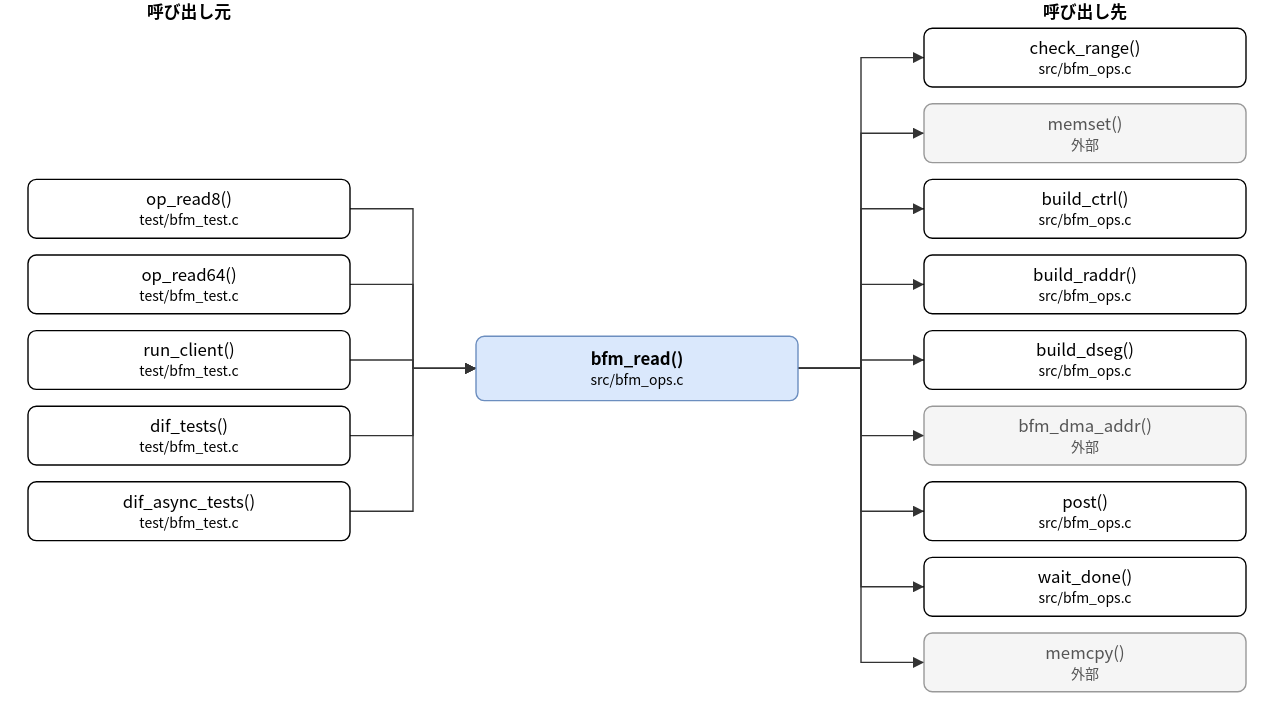
Earlier version of the draw.io export doc/spec/images/call_src_bfm_ops-bfm_read.drawio.svg (hf355051012-ai/bfmem). Source tidied: cells renumbered, new cells last; positions are measured from the earlier drawing's top-left corner, leaving out a move shared by most shapes.
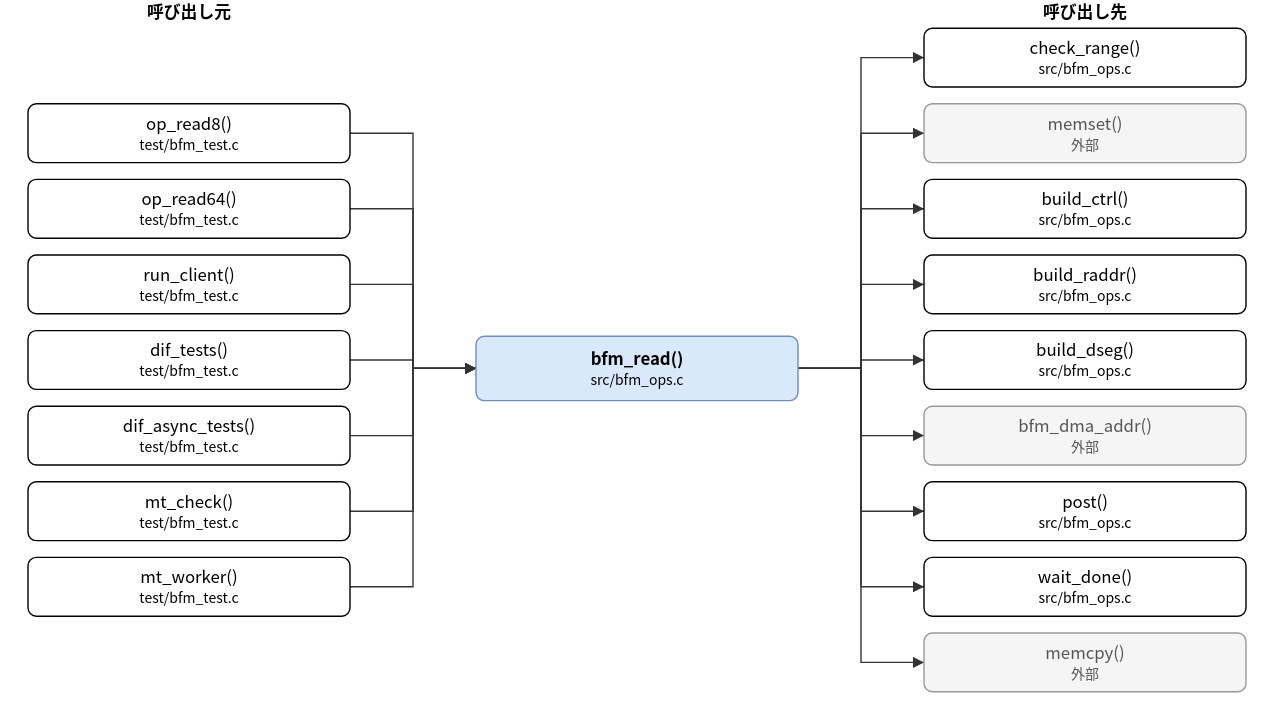
After the commit.

Change to the diagram source:
```diff
@@ -6,20 +6,26 @@
       <mxGeometry x="320" y="240" width="230" height="46" as="geometry" />
     </mxCell>
     <mxCell id="3" value="op_read8()&lt;br&gt;&lt;font style=&quot;font-size:10px&quot;&gt;test/bfm_test.c&lt;/font&gt;" style="rounded=1;whiteSpace=wrap;html=1;" parent="1" vertex="1">
-      <mxGeometry y="128" width="230" height="42" as="geometry" />
+      <mxGeometry y="74" width="230" height="42" as="geometry" />
     </mxCell>
     <mxCell id="4" value="op_read64()&lt;br&gt;&lt;font style=&quot;font-size:10px&quot;&gt;test/bfm_test.c&lt;/font&gt;" style="rounded=1;whiteSpace=wrap;html=1;" parent="1" vertex="1">
-      <mxGeometry y="182" width="230" height="42" as="geometry" />
+      <mxGeometry y="128" width="230" height="42" as="geometry" />
     </mxCell>
     <mxCell id="5" value="run_client()&lt;br&gt;&lt;font style=&quot;font-size:10px&quot;&gt;test/bfm_test.c&lt;/font&gt;" style="rounded=1;whiteSpace=wrap;html=1;" parent="1" vertex="1">
-      <mxGeometry y="236" width="230" height="42" as="geometry" />
+      <mxGeometry y="182" width="230" height="42" as="geometry" />
     </mxCell>
     <mxCell id="6" value="dif_tests()&lt;br&gt;&lt;font style=&quot;font-size:10px&quot;&gt;test/bfm_test.c&lt;/font&gt;" style="rounded=1;whiteSpace=wrap;html=1;" parent="1" vertex="1">
-      <mxGeometry y="290" width="230" height="42" as="geometry" />
+      <mxGeometry y="236" width="230" height="42" as="geometry" />
     </mxCell>
     <mxCell id="7" value="dif_async_tests()&lt;br&gt;&lt;font style=&quot;font-size:10px&quot;&gt;test/bfm_test.c&lt;/font&gt;" style="rounded=1;whiteSpace=wrap;html=1;" parent="1" vertex="1">
-      <mxGeometry y="344" width="230" height="42" as="geometry" />
+      <mxGeometry y="290" width="230" height="42" as="geometry" />
     </mxCell>
+    <mxCell id="33" value="mt_check()&lt;br&gt;&lt;font style=&quot;font-size:10px&quot;&gt;test/bfm_test.c&lt;/font&gt;" style="rounded=1;whiteSpace=wrap;html=1;" parent="1" vertex="1">
+      <mxGeometry y="344" width="230" height="42" as="geometry" />
+    </mxCell>
+    <mxCell id="34" value="mt_worker()&lt;br&gt;&lt;font style=&quot;font-size:10px&quot;&gt;test/bfm_test.c&lt;/font&gt;" style="rounded=1;whiteSpace=wrap;html=1;" parent="1" vertex="1">
+      <mxGeometry y="398" width="230" height="42" as="geometry" />
+    </mxCell>
     <mxCell id="8" value="check_range()&lt;br&gt;&lt;font style=&quot;font-size:10px&quot;&gt;src/bfm_ops.c&lt;/font&gt;" style="rounded=1;whiteSpace=wrap;html=1;" parent="1" vertex="1">
       <mxGeometry x="640" y="20" width="230" height="42" as="geometry" />
     </mxCell>
@@ -50,7 +56,7 @@
     <mxCell id="17" style="edgeStyle=none;html=1;rounded=0;endArrow=block;endFill=1;exitX=1.0000;exitY=0.5000;exitDx=0;exitDy=0;exitPerimeter=0;entryX=0.0000;entryY=0.5000;entryDx=0;entryDy=0;entryPerimeter=0;" parent="1" edge="1" source="3" target="2">
       <mxGeometry relative="1" as="geometry">
         <Array as="points">
-          <mxPoint x="275" y="149" />
+          <mxPoint x="275" y="95" />
           <mxPoint x="275" y="263" />
         </Array>
       </mxGeometry>
@@ -58,7 +64,7 @@
     <mxCell id="18" style="edgeStyle=none;html=1;rounded=0;endArrow=block;endFill=1;exitX=1.0000;exitY=0.5000;exitDx=0;exitDy=0;exitPerimeter=0;entryX=0.0000;entryY=0.5000;entryDx=0;entryDy=0;entryPerimeter=0;" parent="1" edge="1" source="4" target="2">
       <mxGeometry relative="1" as="geometry">
         <Array as="points">
-          <mxPoint x="275" y="203" />
+          <mxPoint x="275" y="149" />
           <mxPoint x="275" y="263" />
         </Array>
       </mxGeometry>
@@ -66,7 +72,7 @@
     <mxCell id="19" style="edgeStyle=none;html=1;rounded=0;endArrow=block;endFill=1;exitX=1.0000;exitY=0.5000;exitDx=0;exitDy=0;exitPerimeter=0;entryX=0.0000;entryY=0.5000;entryDx=0;entryDy=0;entryPerimeter=0;" parent="1" edge="1" source="5" target="2">
       <mxGeometry relative="1" as="geometry">
         <Array as="points">
-          <mxPoint x="275" y="257" />
+          <mxPoint x="275" y="203" />
           <mxPoint x="275" y="263" />
         </Array>
       </mxGeometry>
@@ -74,7 +80,7 @@
     <mxCell id="20" style="edgeStyle=none;html=1;rounded=0;endArrow=block;endFill=1;exitX=1.0000;exitY=0.5000;exitDx=0;exitDy=0;exitPerimeter=0;entryX=0.0000;entryY=0.5000;entryDx=0;entryDy=0;entryPerimeter=0;" parent="1" edge="1" source="6" target="2">
       <mxGeometry relative="1" as="geometry">
         <Array as="points">
-          <mxPoint x="275" y="311" />
+          <mxPoint x="275" y="257" />
           <mxPoint x="275" y="263" />
         </Array>
       </mxGeometry>
@@ -82,83 +88,99 @@
     <mxCell id="21" style="edgeStyle=none;html=1;rounded=0;endArrow=block;endFill=1;exitX=1.0000;exitY=0.5000;exitDx=0;exitDy=0;exitPerimeter=0;entryX=0.0000;entryY=0.5000;entryDx=0;entryDy=0;entryPerimeter=0;" parent="1" edge="1" source="7" target="2">
       <mxGeometry relative="1" as="geometry">
         <Array as="points">
-          <mxPoint x="275" y="365" />
+          <mxPoint x="275" y="311" />
           <mxPoint x="275" y="263" />
         </Array>
       </mxGeometry>
     </mxCell>
-    <mxCell id="22" style="edgeStyle=none;html=1;rounded=0;endArrow=block;endFill=1;exitX=1.0000;exitY=0.5000;exitDx=0;exitDy=0;exitPerimeter=0;entryX=0.0000;entryY=0.5000;entryDx=0;entryDy=0;entryPerimeter=0;" parent="1" edge="1" source="2" target="8">
+    <mxCell id="22" style="edgeStyle=none;html=1;rounded=0;endArrow=block;endFill=1;exitX=1.0000;exitY=0.5000;exitDx=0;exitDy=0;exitPerimeter=0;entryX=0.0000;entryY=0.5000;entryDx=0;entryDy=0;entryPerimeter=0;" parent="1" edge="1" source="33" target="2">
       <mxGeometry relative="1" as="geometry">
         <Array as="points">
-          <mxPoint x="595" y="263" />
-          <mxPoint x="595" y="41" />
+          <mxPoint x="275" y="365" />
+          <mxPoint x="275" y="263" />
         </Array>
       </mxGeometry>
     </mxCell>
-    <mxCell id="23" style="edgeStyle=none;html=1;rounded=0;endArrow=block;endFill=1;exitX=1.0000;exitY=0.5000;exitDx=0;exitDy=0;exitPerimeter=0;entryX=0.0000;entryY=0.5000;entryDx=0;entryDy=0;entryPerimeter=0;" parent="1" edge="1" source="2" target="9">
+    <mxCell id="23" style="edgeStyle=none;html=1;rounded=0;endArrow=block;endFill=1;exitX=1.0000;exitY=0.5000;exitDx=0;exitDy=0;exitPerimeter=0;entryX=0.0000;entryY=0.5000;entryDx=0;entryDy=0;entryPerimeter=0;" parent="1" edge="1" source="34" target="2">
       <mxGeometry relative="1" as="geometry">
         <Array as="points">
-          <mxPoint x="595" y="263" />
-          <mxPoint x="595" y="95" />
+          <mxPoint x="275" y="419" />
+          <mxPoint x="275" y="263" />
         </Array>
       </mxGeometry>
     </mxCell>
-    <mxCell id="24" style="edgeStyle=none;html=1;rounded=0;endArrow=block;endFill=1;exitX=1.0000;exitY=0.5000;exitDx=0;exitDy=0;exitPerimeter=0;entryX=0.0000;entryY=0.5000;entryDx=0;entryDy=0;entryPerimeter=0;" parent="1" edge="1" source="2" target="10">
+    <mxCell id="24" style="edgeStyle=none;html=1;rounded=0;endArrow=block;endFill=1;exitX=1.0000;exitY=0.5000;exitDx=0;exitDy=0;exitPerimeter=0;entryX=0.0000;entryY=0.5000;entryDx=0;entryDy=0;entryPerimeter=0;" parent="1" edge="1" source="2" target="8">
       <mxGeometry relative="1" as="geometry">
         <Array as="points">
           <mxPoint x="595" y="263" />
-          <mxPoint x="595" y="149" />
+          <mxPoint x="595" y="41" />
         </Array>
       </mxGeometry>
     </mxCell>
-    <mxCell id="25" style="edgeStyle=none;html=1;rounded=0;endArrow=block;endFill=1;exitX=1.0000;exitY=0.5000;exitDx=0;exitDy=0;exitPerimeter=0;entryX=0.0000;entryY=0.5000;entryDx=0;entryDy=0;entryPerimeter=0;" parent="1" edge="1" source="2" target="11">
+    <mxCell id="25" style="edgeStyle=none;html=1;rounded=0;endArrow=block;endFill=1;exitX=1.0000;exitY=0.5000;exitDx=0;exitDy=0;exitPerimeter=0;entryX=0.0000;entryY=0.5000;entryDx=0;entryDy=0;entryPerimeter=0;" parent="1" edge="1" source="2" target="9">
       <mxGeometry relative="1" as="geometry">
         <Array as="points">
           <mxPoint x="595" y="263" />
-          <mxPoint x="595" y="203" />
+          <mxPoint x="595" y="95" />
         </Array>
       </mxGeometry>
     </mxCell>
-    <mxCell id="26" style="edgeStyle=none;html=1;rounded=0;endArrow=block;endFill=1;exitX=1.0000;exitY=0.5000;exitDx=0;exitDy=0;exitPerimeter=0;entryX=0.0000;entryY=0.5000;entryDx=0;entryDy=0;entryPerimeter=0;" parent="1" edge="1" source="2" target="12">
+    <mxCell id="26" style="edgeStyle=none;html=1;rounded=0;endArrow=block;endFill=1;exitX=1.0000;exitY=0.5000;exitDx=0;exitDy=0;exitPerimeter=0;entryX=0.0000;entryY=0.5000;entryDx=0;entryDy=0;entryPerimeter=0;" parent="1" edge="1" source="2" target="10">
       <mxGeometry relative="1" as="geometry">
         <Array as="points">
           <mxPoint x="595" y="263" />
-          <mxPoint x="595" y="257" />
+          <mxPoint x="595" y="149" />
         </Array>
       </mxGeometry>
     </mxCell>
-    <mxCell id="27" style="edgeStyle=none;html=1;rounded=0;endArrow=block;endFill=1;exitX=1.0000;exitY=0.5000;exitDx=0;exitDy=0;exitPerimeter=0;entryX=0.0000;entryY=0.5000;entryDx=0;entryDy=0;entryPerimeter=0;" parent="1" edge="1" source="2" target="13">
+    <mxCell id="27" style="edgeStyle=none;html=1;rounded=0;endArrow=block;endFill=1;exitX=1.0000;exitY=0.5000;exitDx=0;exitDy=0;exitPerimeter=0;entryX=0.0000;entryY=0.5000;entryDx=0;entryDy=0;entryPerimeter=0;" parent="1" edge="1" source="2" target="11">
       <mxGeometry relative="1" as="geometry">
         <Array as="points">
           <mxPoint x="595" y="263" />
-          <mxPoint x="595" y="311" />
+          <mxPoint x="595" y="203" />
         </Array>
       </mxGeometry>
     </mxCell>
-    <mxCell id="28" style="edgeStyle=none;html=1;rounded=0;endArrow=block;endFill=1;exitX=1.0000;exitY=0.5000;exitDx=0;exitDy=0;exitPerimeter=0;entryX=0.0000;entryY=0.5000;entryDx=0;entryDy=0;entryPerimeter=0;" parent="1" edge="1" source="2" target="14">
+    <mxCell id="28" style="edgeStyle=none;html=1;rounded=0;endArrow=block;endFill=1;exitX=1.0000;exitY=0.5000;exitDx=0;exitDy=0;exitPerimeter=0;entryX=0.0000;entryY=0.5000;entryDx=0;entryDy=0;entryPerimeter=0;" parent="1" edge="1" source="2" target="12">
       <mxGeometry relative="1" as="geometry">
         <Array as="points">
           <mxPoint x="595" y="263" />
-          <mxPoint x="595" y="365" />
+          <mxPoint x="595" y="257" />
         </Array>
       </mxGeometry>
     </mxCell>
-    <mxCell id="29" style="edgeStyle=none;html=1;rounded=0;endArrow=block;endFill=1;exitX=1.0000;exitY=0.5000;exitDx=0;exitDy=0;exitPerimeter=0;entryX=0.0000;entryY=0.5000;entryDx=0;entryDy=0;entryPerimeter=0;" parent="1" edge="1" source="2" target="15">
+    <mxCell id="29" style="edgeStyle=none;html=1;rounded=0;endArrow=block;endFill=1;exitX=1.0000;exitY=0.5000;exitDx=0;exitDy=0;exitPerimeter=0;entryX=0.0000;entryY=0.5000;entryDx=0;entryDy=0;entryPerimeter=0;" parent="1" edge="1" source="2" target="13">
       <mxGeometry relative="1" as="geometry">
         <Array as="points">
           <mxPoint x="595" y="263" />
-          <mxPoint x="595" y="419" />
+          <mxPoint x="595" y="311" />
         </Array>
       </mxGeometry>
     </mxCell>
-    <mxCell id="30" style="edgeStyle=none;html=1;rounded=0;endArrow=block;endFill=1;exitX=1.0000;exitY=0.5000;exitDx=0;exitDy=0;exitPerimeter=0;entryX=0.0000;entryY=0.5000;entryDx=0;entryDy=0;entryPerimeter=0;" parent="1" edge="1" source="2" target="16">
+    <mxCell id="30" style="edgeStyle=none;html=1;rounded=0;endArrow=block;endFill=1;exitX=1.0000;exitY=0.5000;exitDx=0;exitDy=0;exitPerimeter=0;entryX=0.0000;entryY=0.5000;entryDx=0;entryDy=0;entryPerimeter=0;" parent="1" edge="1" source="2" target="14">
       <mxGeometry relative="1" as="geometry">
         <Array as="points">
           <mxPoint x="595" y="263" />
-          <mxPoint x="595" y="473" />
+          <mxPoint x="595" y="365" />
         </Array>
       </mxGeometry>
     </mxCell>
+    <mxCell id="35" style="edgeStyle=none;html=1;rounded=0;endArrow=block;endFill=1;exitX=1.0000;exitY=0.5000;exitDx=0;exitDy=0;exitPerimeter=0;entryX=0.0000;entryY=0.5000;entryDx=0;entryDy=0;entryPerimeter=0;" parent="1" edge="1" source="2" target="15">
+      <mxGeometry relative="1" as="geometry">
+        <Array as="points">
+          <mxPoint x="595" y="263" />
+          <mxPoint x="595" y="419" />
+        </Array>
+      </mxGeometry>
+    </mxCell>
+    <mxCell id="36" style="edgeStyle=none;html=1;rounded=0;endArrow=block;endFill=1;exitX=1.0000;exitY=0.5000;exitDx=0;exitDy=0;exitPerimeter=0;entryX=0.0000;entryY=0.5000;entryDx=0;entryDy=0;entryPerimeter=0;" parent="1" edge="1" source="2" target="16">
+      <mxGeometry relative="1" as="geometry">
+        <Array as="points">
+          <mxPoint x="595" y="263" />
+          <mxPoint x="595" y="473" />
+        </Array>
+      </mxGeometry>
+    </mxCell>
     <mxCell id="31" value="呼び出し元" style="text;html=1;align=center;fontStyle=1;" parent="1" vertex="1">
       <mxGeometry x="35" width="160" height="18" as="geometry" />
     </mxCell>
```
